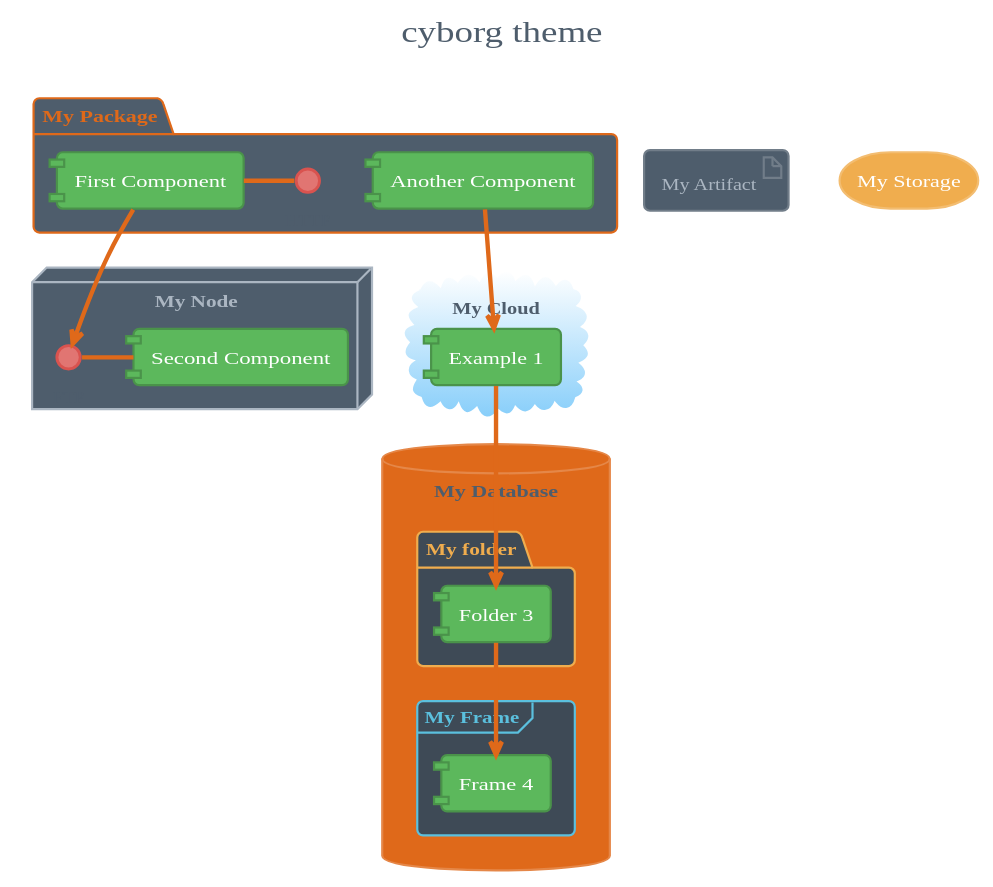
Earlier version of the PlantUML export themes/superhero/component-ex.svg (bschwarz/puml-themes).
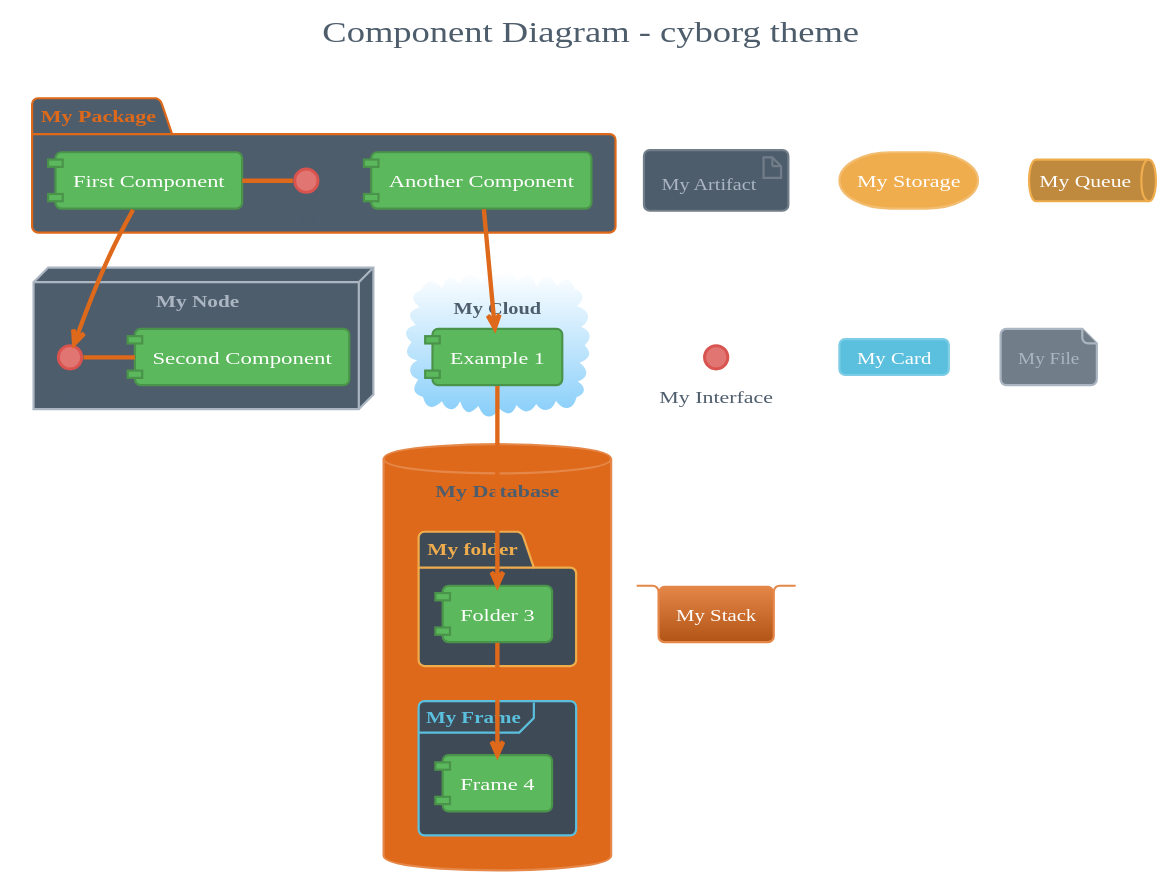
The same diagram one commit later.

The edit, as a diff of the source:
```diff
@@ -105,7 +105,7 @@
 
 skinparam agent {
 	BackgroundColor $WARNINIG
-	BorderColor $WARNING_LIGHT
+	BorderColor #C08A3E
 	FontColor #4E5D6C
 }
 
@@ -230,7 +230,31 @@
 	AttributeFontSize 11
 }
 
-title cyborg theme
+skinparam queue {
+	BackgroundColor #C08A3E
+  	BorderColor #f0ad4e
+	FontColor #FFF
+}
+
+skinparam card {
+	BackgroundColor #5bc0de
+	BorderColor #7ccde5
+	FontColor #FFF
+}
+
+skinparam file {
+	BackgroundColor #717d89
+	BorderColor #abb6c2
+	FontColor #abb6c2
+}
+
+skinparam stack {
+	BackgroundColor #e58748-#b25415
+	BorderColor #e58748
+	FontColor #FFF
+}
+
+title Component Diagram - cyborg theme
 
 skinparam BackgroundColor transparent
 
@@ -260,6 +284,11 @@
 
 artifact "My Artifact"
 storage "My Storage"
+queue "My Queue"
+interface "My Interface"
+card "My Card"
+file "My File"
+stack "My Stack"
 
 [Another Component] --> [Example 1]
 [Example 1] --> [Folder 3]
```
